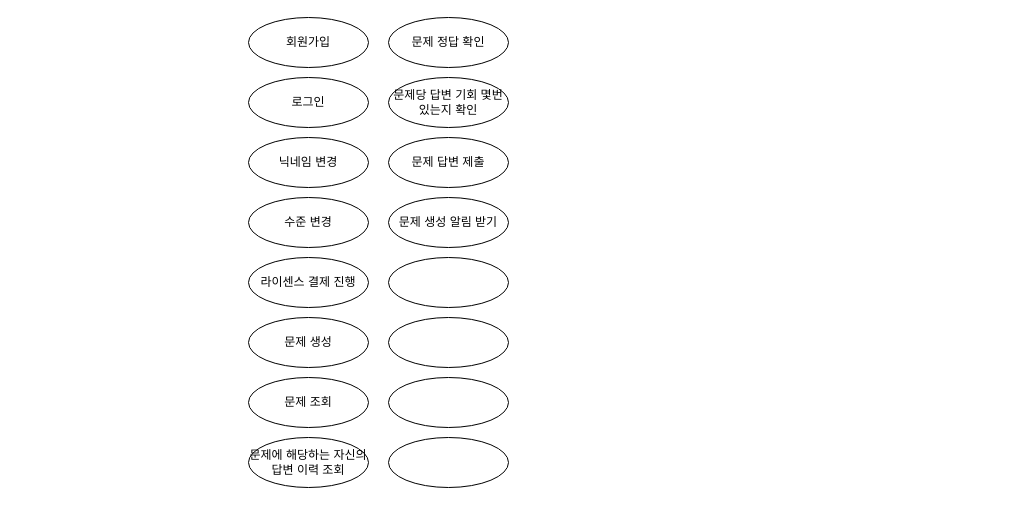
The draw.io diagram 제목 없는 다이어그램.drawio in ryoya0427/run-project, before the edit. Source tidied: cells renumbered, new cells numbered last; positions are measured from the earlier drawing's top-left corner, leaving out a move shared by most shapes. Both pictures are drawn from the tidied source at 100%, with x=0, y=0 at pixel (248, 17).
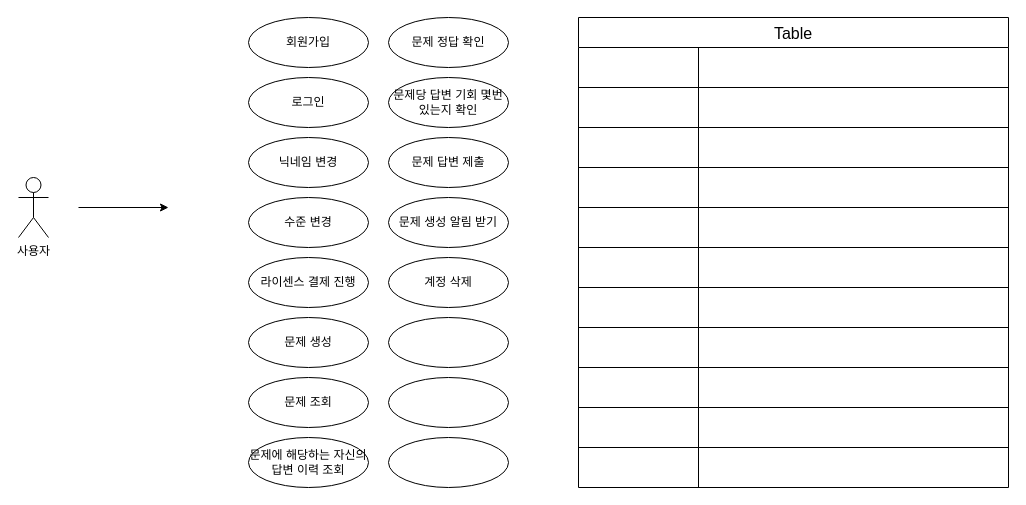
After the change.

Commit message (it also covers changes not shown here):
제목 없는 다이어그램.drawio 업데이트

Change to the diagram source:
```diff
@@
-    <mxCell id="14" style="ellipse;whiteSpace=wrap;html=1;" parent="1" vertex="1">
+    <mxCell id="14" value="계정 삭제" style="ellipse;whiteSpace=wrap;html=1;" parent="1" vertex="1">
       <mxGeometry x="140" y="240" width="120" height="50" as="geometry" />
     </mxCell>
@@
+    <mxCell id="18" value="Table" style="shape=table;startSize=30;childLayout=tableLayout;strokeColor=default;fontSize=16;" parent="1" vertex="1">
+      <mxGeometry x="330" width="430" height="470" as="geometry" />
+    </mxCell>
+    <mxCell id="19" style="shape=tableRow;horizontal=0;startSize=0;swimlaneHead=0;swimlaneBody=0;strokeColor=inherit;top=0;left=0;bottom=0;right=0;fillColor=none;fontSize=16;" parent="18" vertex="1">
+      <mxGeometry y="30" width="430" height="40" as="geometry" />
+    </mxCell>
+    <mxCell id="20" style="shape=partialRectangle;html=1;whiteSpace=wrap;strokeColor=inherit;overflow=hidden;fillColor=none;top=0;left=0;bottom=0;right=0;fontSize=16;" parent="19" vertex="1">
+      <mxGeometry width="120" height="40" as="geometry" />
+    </mxCell>
+    <mxCell id="21" style="shape=partialRectangle;html=1;whiteSpace=wrap;strokeColor=inherit;overflow=hidden;fillColor=none;top=0;left=0;bottom=0;right=0;fontSize=16;" parent="19" vertex="1">
+      <mxGeometry x="120" width="310" height="40" as="geometry" />
+    </mxCell>
+    <mxCell id="22" style="shape=tableRow;horizontal=0;startSize=0;swimlaneHead=0;swimlaneBody=0;strokeColor=inherit;top=0;left=0;bottom=0;right=0;fillColor=none;fontSize=16;" parent="18" vertex="1">
+      <mxGeometry y="70" width="430" height="40" as="geometry" />
+    </mxCell>
+    <mxCell id="23" style="shape=partialRectangle;html=1;whiteSpace=wrap;strokeColor=inherit;overflow=hidden;fillColor=none;top=0;left=0;bottom=0;right=0;fontSize=16;" parent="22" vertex="1">
+      <mxGeometry width="120" height="40" as="geometry" />
+    </mxCell>
+    <mxCell id="24" style="shape=partialRectangle;html=1;whiteSpace=wrap;strokeColor=inherit;overflow=hidden;fillColor=none;top=0;left=0;bottom=0;right=0;fontSize=16;" parent="22" vertex="1">
+      <mxGeometry x="120" width="310" height="40" as="geometry" />
+    </mxCell>
+    <mxCell id="25" style="shape=tableRow;horizontal=0;startSize=0;swimlaneHead=0;swimlaneBody=0;strokeColor=inherit;top=0;left=0;bottom=0;right=0;fillColor=none;fontSize=16;" parent="18" vertex="1">
+      <mxGeometry y="110" width="430" height="40" as="geometry" />
+    </mxCell>
+    <mxCell id="26" style="shape=partialRectangle;html=1;whiteSpace=wrap;strokeColor=inherit;overflow=hidden;fillColor=none;top=0;left=0;bottom=0;right=0;fontSize=16;" parent="25" vertex="1">
+      <mxGeometry width="120" height="40" as="geometry" />
+    </mxCell>
+    <mxCell id="27" style="shape=partialRectangle;html=1;whiteSpace=wrap;strokeColor=inherit;overflow=hidden;fillColor=none;top=0;left=0;bottom=0;right=0;fontSize=16;" parent="25" vertex="1">
+      <mxGeometry x="120" width="310" height="40" as="geometry" />
+    </mxCell>
+    <mxCell id="28" style="shape=tableRow;horizontal=0;startSize=0;swimlaneHead=0;swimlaneBody=0;strokeColor=inherit;top=0;left=0;bottom=0;right=0;fillColor=none;fontSize=16;" parent="18" vertex="1">
+      <mxGeometry y="150" width="430" height="40" as="geometry" />
+    </mxCell>
+    <mxCell id="29" style="shape=partialRectangle;html=1;whiteSpace=wrap;strokeColor=inherit;overflow=hidden;fillColor=none;top=0;left=0;bottom=0;right=0;fontSize=16;" parent="28" vertex="1">
+      <mxGeometry width="120" height="40" as="geometry" />
+    </mxCell>
+    <mxCell id="30" style="shape=partialRectangle;html=1;whiteSpace=wrap;strokeColor=inherit;overflow=hidden;fillColor=none;top=0;left=0;bottom=0;right=0;fontSize=16;" parent="28" vertex="1">
+      <mxGeometry x="120" width="310" height="40" as="geometry" />
+    </mxCell>
+    <mxCell id="31" style="shape=tableRow;horizontal=0;startSize=0;swimlaneHead=0;swimlaneBody=0;strokeColor=inherit;top=0;left=0;bottom=0;right=0;fillColor=none;fontSize=16;" parent="18" vertex="1">
+      <mxGeometry y="190" width="430" height="40" as="geometry" />
+    </mxCell>
+    <mxCell id="32" style="shape=partialRectangle;html=1;whiteSpace=wrap;strokeColor=inherit;overflow=hidden;fillColor=none;top=0;left=0;bottom=0;right=0;fontSize=16;" parent="31" vertex="1">
+      <mxGeometry width="120" height="40" as="geometry" />
+    </mxCell>
+    <mxCell id="33" style="shape=partialRectangle;html=1;whiteSpace=wrap;strokeColor=inherit;overflow=hidden;fillColor=none;top=0;left=0;bottom=0;right=0;fontSize=16;" parent="31" vertex="1">
+      <mxGeometry x="120" width="310" height="40" as="geometry" />
+    </mxCell>
+    <mxCell id="34" style="shape=tableRow;horizontal=0;startSize=0;swimlaneHead=0;swimlaneBody=0;strokeColor=inherit;top=0;left=0;bottom=0;right=0;fillColor=none;fontSize=16;" parent="18" vertex="1">
+      <mxGeometry y="230" width="430" height="40" as="geometry" />
+    </mxCell>
+    <mxCell id="35" style="shape=partialRectangle;html=1;whiteSpace=wrap;strokeColor=inherit;overflow=hidden;fillColor=none;top=0;left=0;bottom=0;right=0;fontSize=16;" parent="34" vertex="1">
+      <mxGeometry width="120" height="40" as="geometry" />
+    </mxCell>
+    <mxCell id="36" style="shape=partialRectangle;html=1;whiteSpace=wrap;strokeColor=inherit;overflow=hidden;fillColor=none;top=0;left=0;bottom=0;right=0;fontSize=16;" parent="34" vertex="1">
+      <mxGeometry x="120" width="310" height="40" as="geometry" />
+    </mxCell>
+    <mxCell id="37" style="shape=tableRow;horizontal=0;startSize=0;swimlaneHead=0;swimlaneBody=0;strokeColor=inherit;top=0;left=0;bottom=0;right=0;fillColor=none;fontSize=16;" parent="18" vertex="1">
+      <mxGeometry y="270" width="430" height="40" as="geometry" />
+    </mxCell>
+    <mxCell id="38" style="shape=partialRectangle;html=1;whiteSpace=wrap;strokeColor=inherit;overflow=hidden;fillColor=none;top=0;left=0;bottom=0;right=0;fontSize=16;" parent="37" vertex="1">
+      <mxGeometry width="120" height="40" as="geometry" />
+    </mxCell>
+    <mxCell id="39" style="shape=partialRectangle;html=1;whiteSpace=wrap;strokeColor=inherit;overflow=hidden;fillColor=none;top=0;left=0;bottom=0;right=0;fontSize=16;" parent="37" vertex="1">
+      <mxGeometry x="120" width="310" height="40" as="geometry" />
+    </mxCell>
+    <mxCell id="40" style="shape=tableRow;horizontal=0;startSize=0;swimlaneHead=0;swimlaneBody=0;strokeColor=inherit;top=0;left=0;bottom=0;right=0;fillColor=none;fontSize=16;" parent="18" vertex="1">
+      <mxGeometry y="310" width="430" height="40" as="geometry" />
+    </mxCell>
+    <mxCell id="41" style="shape=partialRectangle;html=1;whiteSpace=wrap;strokeColor=inherit;overflow=hidden;fillColor=none;top=0;left=0;bottom=0;right=0;fontSize=16;" parent="40" vertex="1">
+      <mxGeometry width="120" height="40" as="geometry" />
+    </mxCell>
+    <mxCell id="42" style="shape=partialRectangle;html=1;whiteSpace=wrap;strokeColor=inherit;overflow=hidden;fillColor=none;top=0;left=0;bottom=0;right=0;fontSize=16;" parent="40" vertex="1">
+      <mxGeometry x="120" width="310" height="40" as="geometry" />
+    </mxCell>
+    <mxCell id="43" style="shape=tableRow;horizontal=0;startSize=0;swimlaneHead=0;swimlaneBody=0;strokeColor=inherit;top=0;left=0;bottom=0;right=0;fillColor=none;fontSize=16;" parent="18" vertex="1">
+      <mxGeometry y="350" width="430" height="40" as="geometry" />
+    </mxCell>
+    <mxCell id="44" style="shape=partialRectangle;html=1;whiteSpace=wrap;strokeColor=inherit;overflow=hidden;fillColor=none;top=0;left=0;bottom=0;right=0;fontSize=16;" parent="43" vertex="1">
+      <mxGeometry width="120" height="40" as="geometry" />
+    </mxCell>
+    <mxCell id="45" style="shape=partialRectangle;html=1;whiteSpace=wrap;strokeColor=inherit;overflow=hidden;fillColor=none;top=0;left=0;bottom=0;right=0;fontSize=16;" parent="43" vertex="1">
+      <mxGeometry x="120" width="310" height="40" as="geometry" />
+    </mxCell>
+    <mxCell id="46" style="shape=tableRow;horizontal=0;startSize=0;swimlaneHead=0;swimlaneBody=0;strokeColor=inherit;top=0;left=0;bottom=0;right=0;fillColor=none;fontSize=16;" parent="18" vertex="1">
+      <mxGeometry y="390" width="430" height="40" as="geometry" />
+    </mxCell>
+    <mxCell id="47" style="shape=partialRectangle;html=1;whiteSpace=wrap;strokeColor=inherit;overflow=hidden;fillColor=none;top=0;left=0;bottom=0;right=0;fontSize=16;" parent="46" vertex="1">
+      <mxGeometry width="120" height="40" as="geometry" />
+    </mxCell>
+    <mxCell id="48" style="shape=partialRectangle;html=1;whiteSpace=wrap;strokeColor=inherit;overflow=hidden;fillColor=none;top=0;left=0;bottom=0;right=0;fontSize=16;" parent="46" vertex="1">
+      <mxGeometry x="120" width="310" height="40" as="geometry" />
+    </mxCell>
+    <mxCell id="49" style="shape=tableRow;horizontal=0;startSize=0;swimlaneHead=0;swimlaneBody=0;strokeColor=inherit;top=0;left=0;bottom=0;right=0;fillColor=none;fontSize=16;" parent="18" vertex="1">
+      <mxGeometry y="430" width="430" height="40" as="geometry" />
+    </mxCell>
+    <mxCell id="50" style="shape=partialRectangle;html=1;whiteSpace=wrap;strokeColor=inherit;overflow=hidden;fillColor=none;top=0;left=0;bottom=0;right=0;fontSize=16;" parent="49" vertex="1">
+      <mxGeometry width="120" height="40" as="geometry" />
+    </mxCell>
+    <mxCell id="51" style="shape=partialRectangle;html=1;whiteSpace=wrap;strokeColor=inherit;overflow=hidden;fillColor=none;top=0;left=0;bottom=0;right=0;fontSize=16;" parent="49" vertex="1">
+      <mxGeometry x="120" width="310" height="40" as="geometry" />
+    </mxCell>
+    <mxCell id="52" value="사용자" style="shape=umlActor;verticalLabelPosition=bottom;verticalAlign=top;html=1;" parent="1" vertex="1">
+      <mxGeometry x="-230" y="160" width="30" height="60" as="geometry" />
+    </mxCell>
+    <mxCell id="53" style="endArrow=classic;html=1;rounded=0;" parent="1" edge="1">
+      <mxGeometry relative="1" as="geometry">
+        <mxPoint x="-170" y="190" as="sourcePoint" />
+        <mxPoint x="-80" y="190" as="targetPoint" />
+      </mxGeometry>
+    </mxCell>
```
